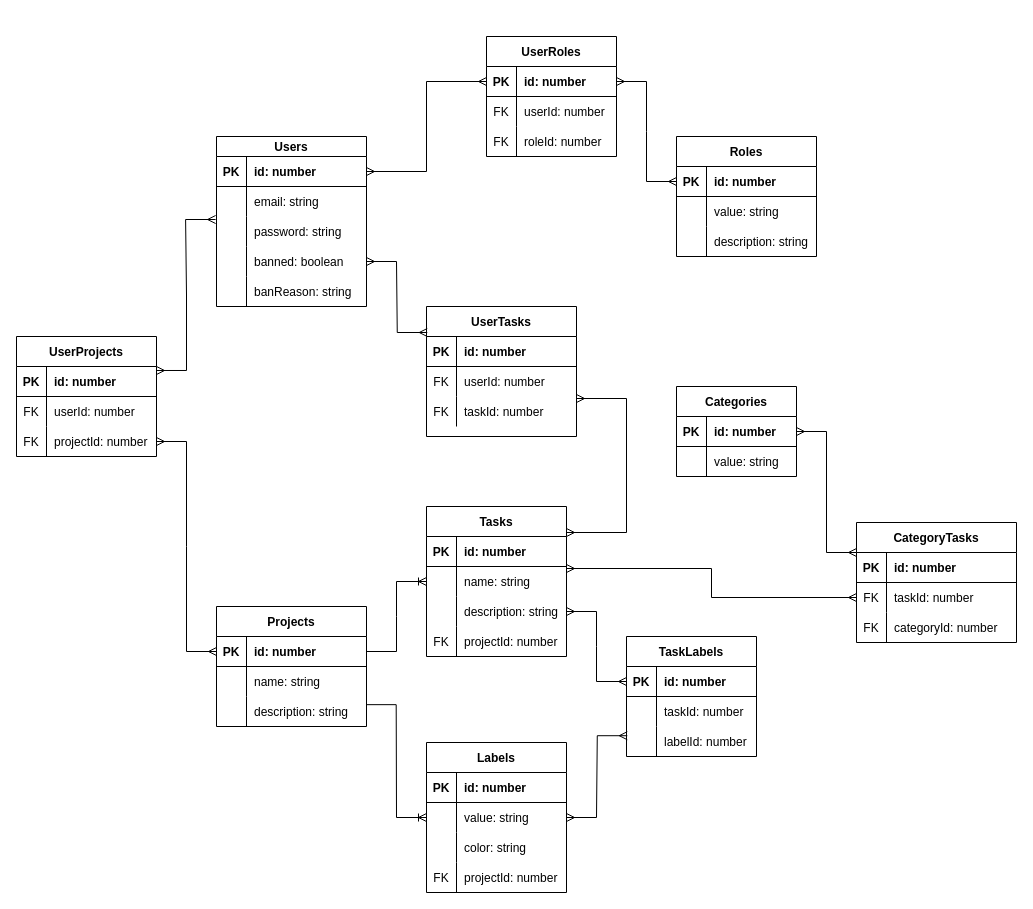
Before: docs/DatabaseSchema.drawio in kurockett/stoei-course-project, a draw.io diagram. Source tidied: cells renumbered, new cells numbered last; positions are measured from the earlier drawing's top-left corner, leaving out a move shared by most shapes. Both pictures are drawn from the tidied source at 100%, with x=0, y=0 at pixel (16, 36).
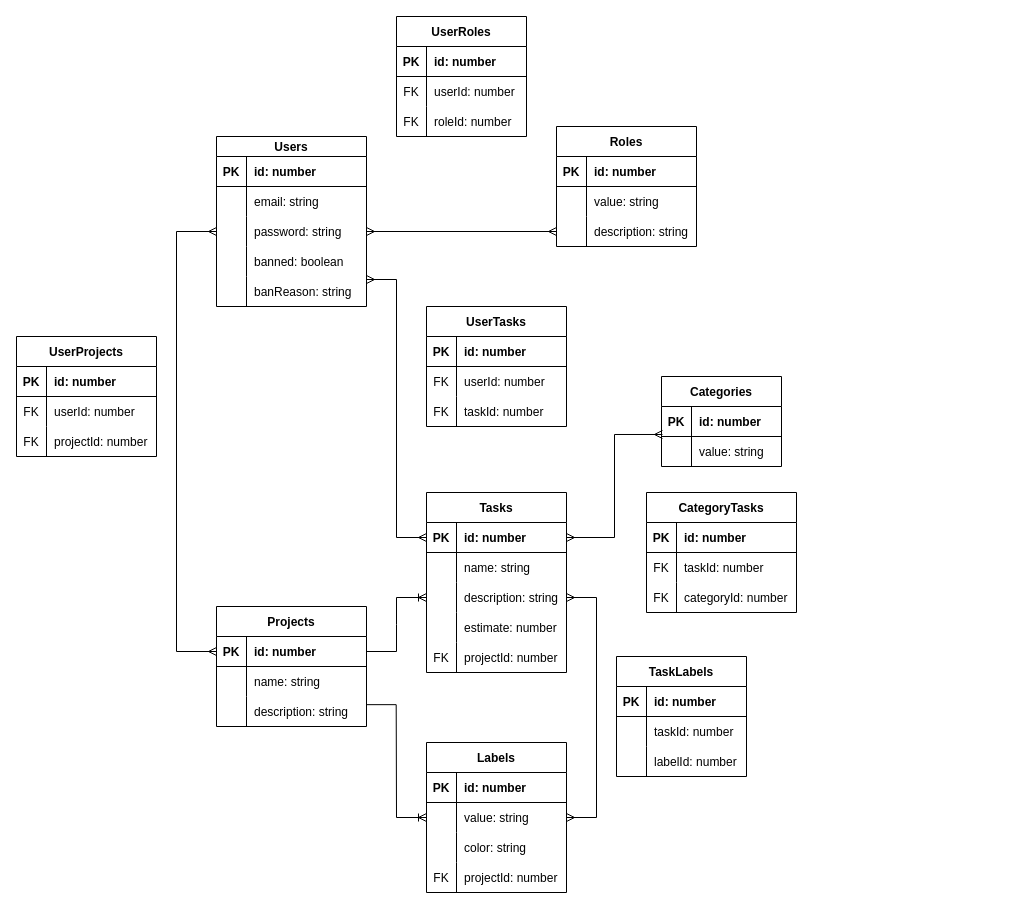
The same page after the edit.

The change refers to these unchanged cells:
```xml
<mxCell id="3" style="shape=partialRectangle;fillColor=none;top=0;left=0;bottom=1;right=0;points=[[0,0.5],[1,0.5]];portConstraint=eastwest;fontStyle=0;" parent="2" vertex="1">
  <mxGeometry y="20" width="150" height="30" as="geometry" />
</mxCell>
<mxCell id="9" style="shape=partialRectangle;fillColor=none;top=0;left=0;bottom=0;right=0;points=[[0,0.5],[1,0.5]];portConstraint=eastwest;fontStyle=0;" parent="2" vertex="1">
  <mxGeometry y="80" width="150" height="30" as="geometry" />
</mxCell>
<mxCell id="12" style="shape=partialRectangle;fillColor=none;top=0;left=0;bottom=0;right=0;points=[[0,0.5],[1,0.5]];portConstraint=eastwest;fontStyle=0;" parent="2" vertex="1">
  <mxGeometry y="110" width="150" height="30" as="geometry" />
</mxCell>
<mxCell id="19" style="shape=partialRectangle;fillColor=none;top=0;left=0;bottom=1;right=0;points=[[0,0.5],[1,0.5]];portConstraint=eastwest;fontStyle=0;" parent="18" vertex="1">
  <mxGeometry y="30" width="140" height="30" as="geometry" />
</mxCell>
<mxCell id="25" style="shape=partialRectangle;fillColor=none;top=0;left=0;bottom=0;right=0;points=[[0,0.5],[1,0.5]];portConstraint=eastwest;fontStyle=0;" parent="18" vertex="1">
  <mxGeometry y="90" width="140" height="30" as="geometry" />
</mxCell>
<mxCell id="29" style="shape=partialRectangle;fillColor=none;top=0;left=0;bottom=1;right=0;points=[[0,0.5],[1,0.5]];portConstraint=eastwest;fontStyle=0;" parent="28" vertex="1">
  <mxGeometry y="30" width="130" height="30" as="geometry" />
</mxCell>
<mxCell id="41" style="shape=partialRectangle;fillColor=none;top=0;left=0;bottom=1;right=0;points=[[0,0.5],[1,0.5]];portConstraint=eastwest;fontStyle=0;" parent="40" vertex="1">
  <mxGeometry y="30" width="150" height="30" as="geometry" />
</mxCell>
<mxCell id="51" style="shape=partialRectangle;fillColor=none;top=0;left=0;bottom=1;right=0;points=[[0,0.5],[1,0.5]];portConstraint=eastwest;fontStyle=0;" parent="50" vertex="1">
  <mxGeometry y="30" width="140" height="30" as="geometry" />
</mxCell>
<mxCell id="54" style="shape=partialRectangle;fillColor=none;top=0;left=0;bottom=0;right=0;points=[[0,0.5],[1,0.5]];portConstraint=eastwest;fontStyle=0;" parent="50" vertex="1">
  <mxGeometry y="60" width="140" height="30" as="geometry" />
</mxCell>
<mxCell id="57" style="shape=partialRectangle;fillColor=none;top=0;left=0;bottom=0;right=0;points=[[0,0.5],[1,0.5]];portConstraint=eastwest;fontStyle=0;" parent="50" vertex="1">
  <mxGeometry y="90" width="140" height="30" as="geometry" />
</mxCell>
<mxCell id="64" style="shape=partialRectangle;fillColor=none;top=0;left=0;bottom=1;right=0;points=[[0,0.5],[1,0.5]];portConstraint=eastwest;fontStyle=0;" parent="63" vertex="1">
  <mxGeometry y="30" width="140" height="30" as="geometry" />
</mxCell>
<mxCell id="70" style="shape=partialRectangle;fillColor=none;top=0;left=0;bottom=0;right=0;points=[[0,0.5],[1,0.5]];portConstraint=eastwest;fontStyle=0;" parent="63" vertex="1">
  <mxGeometry y="90" width="140" height="30" as="geometry" />
</mxCell>
<mxCell id="79" style="shape=partialRectangle;fillColor=none;top=0;left=0;bottom=0;right=0;points=[[0,0.5],[1,0.5]];portConstraint=eastwest;fontStyle=0;" parent="75" vertex="1">
  <mxGeometry y="60" width="140" height="30" as="geometry" />
</mxCell>
<mxCell id="91" style="shape=partialRectangle;fillColor=none;top=0;left=0;bottom=1;right=0;points=[[0,0.5],[1,0.5]];portConstraint=eastwest;fontStyle=0;" parent="90" vertex="1">
  <mxGeometry y="30" width="130" height="30" as="geometry" />
</mxCell>
<mxCell id="97" style="shape=partialRectangle;fillColor=none;top=0;left=0;bottom=0;right=0;points=[[0,0.5],[1,0.5]];portConstraint=eastwest;fontStyle=0;" parent="90" vertex="1">
  <mxGeometry y="90" width="130" height="30" as="geometry" />
</mxCell>
<mxCell id="115" style="shape=partialRectangle;fillColor=none;top=0;left=0;bottom=1;right=0;points=[[0,0.5],[1,0.5]];portConstraint=eastwest;fontStyle=0;" parent="114" vertex="1">
  <mxGeometry y="30" width="120" height="30" as="geometry" />
</mxCell>
<mxCell id="118" style="shape=partialRectangle;fillColor=none;top=0;left=0;bottom=0;right=0;points=[[0,0.5],[1,0.5]];portConstraint=eastwest;fontStyle=0;" parent="114" vertex="1">
  <mxGeometry y="60" width="120" height="30" as="geometry" />
</mxCell>
```

The edit, as a diff of the source:
```diff
@@
     <mxCell id="18" value="Roles" style="shape=table;startSize=30;childLayout=tableLayout;rowLines=0;fontStyle=1;align=center;" parent="1" vertex="1">
-      <mxGeometry x="660" y="100" width="140" height="120" as="geometry" />
+      <mxGeometry x="540" y="90" width="140" height="120" as="geometry" />
     </mxCell>
@@
     <mxCell id="28" value="UserRoles" style="shape=table;startSize=30;childLayout=tableLayout;rowLines=0;fontStyle=1;align=center;" parent="1" vertex="1">
-      <mxGeometry x="470" width="130" height="120" as="geometry" />
+      <mxGeometry x="380" y="-20" width="130" height="120" as="geometry" />
     </mxCell>
@@
-    <mxCell id="38" style="edgeStyle=entityRelationEdgeStyle;fontSize=12;html=1;endArrow=ERmany;startArrow=ERmany;rounded=0;entryX=0;entryY=0.5;entryDx=0;entryDy=0;fontStyle=0;exitX=1;exitY=0.5;exitDx=0;exitDy=0;" parent="1" edge="1" source="29" target="19">
-      <mxGeometry relative="1" as="geometry" />
-    </mxCell>
-    <mxCell id="39" style="edgeStyle=elbowEdgeStyle;fontSize=12;html=1;endArrow=ERmany;startArrow=ERmany;rounded=0;verticalAlign=top;exitX=1;exitY=0.5;exitDx=0;exitDy=0;fontStyle=0;entryX=0;entryY=0.5;entryDx=0;entryDy=0;" parent="1" edge="1" source="3" target="29">
-      <mxGeometry relative="1" as="geometry" />
-    </mxCell>
@@
     <mxCell id="50" value="Tasks" style="shape=table;startSize=30;childLayout=tableLayout;rowLines=0;fontStyle=1;align=center;" parent="1" vertex="1">
-      <mxGeometry x="410" y="470" width="140" height="150" as="geometry" />
+      <mxGeometry x="410" y="456" width="140" height="180" as="geometry" />
     </mxCell>
@@
+    <mxCell id="133" style="shape=partialRectangle;fillColor=none;top=0;left=0;bottom=0;right=0;fontStyle=0;" parent="50" vertex="1">
+      <mxGeometry y="120" width="140" height="30" as="geometry" />
+    </mxCell>
+    <mxCell id="134" style="shape=partialRectangle;fillColor=none;top=0;left=0;bottom=0;right=0;overflow=hidden;fontStyle=0;" parent="133" vertex="1">
+      <mxGeometry width="30" height="30" as="geometry" />
+    </mxCell>
+    <mxCell id="135" value="estimate: number" style="shape=partialRectangle;fillColor=none;top=0;left=0;bottom=0;right=0;align=left;spacingLeft=6;overflow=hidden;fontStyle=0;" parent="133" vertex="1">
+      <mxGeometry x="30" width="110" height="30" as="geometry" />
+    </mxCell>
     <mxCell id="60" style="shape=partialRectangle;fillColor=none;top=0;left=0;bottom=0;right=0;fontStyle=0;" parent="50" vertex="1">
-      <mxGeometry y="120" width="140" height="30" as="geometry" />
+      <mxGeometry y="150" width="140" height="30" as="geometry" />
     </mxCell>
@@
-    <mxCell id="73" style="edgeStyle=entityRelationEdgeStyle;fontSize=12;html=1;endArrow=ERmany;startArrow=ERmany;rounded=0;exitX=1;exitY=0.5;exitDx=0;exitDy=0;entryX=0;entryY=0.5;entryDx=0;entryDy=0;fontStyle=0;" parent="1" edge="1" source="70" target="41">
-      <mxGeometry relative="1" as="geometry" />
+    <mxCell id="73" style="edgeStyle=elbowEdgeStyle;fontSize=12;html=1;endArrow=ERmany;startArrow=ERmany;rounded=0;exitX=0;exitY=0.5;exitDx=0;exitDy=0;entryX=0;entryY=0.5;entryDx=0;entryDy=0;fontStyle=0;" parent="1" edge="1" source="9" target="41">
+      <mxGeometry relative="1" as="geometry">
+        <Array as="points">
+          <mxPoint x="160" y="405" />
+        </Array>
+      </mxGeometry>
     </mxCell>
-    <mxCell id="74" style="edgeStyle=entityRelationEdgeStyle;fontSize=12;html=1;endArrow=ERmany;startArrow=ERmany;rounded=0;entryX=-0.006;entryY=0.1;entryDx=0;entryDy=0;entryPerimeter=0;exitX=1;exitY=0.133;exitDx=0;exitDy=0;exitPerimeter=0;fontStyle=0;" parent="1" edge="1" source="64" target="9">
-      <mxGeometry relative="1" as="geometry" />
-    </mxCell>
@@
-    <mxCell id="89" style="edgeStyle=entityRelationEdgeStyle;fontSize=12;html=1;endArrow=ERoneToMany;rounded=0;strokeWidth=1;exitX=1;exitY=0.5;exitDx=0;exitDy=0;fontStyle=0;" parent="1" edge="1" source="41" target="54">
+    <mxCell id="89" style="edgeStyle=entityRelationEdgeStyle;fontSize=12;html=1;endArrow=ERoneToMany;rounded=0;strokeWidth=1;exitX=1;exitY=0.5;exitDx=0;exitDy=0;fontStyle=0;entryX=0;entryY=0.5;entryDx=0;entryDy=0;" parent="1" edge="1" source="41" target="57">
       <mxGeometry relative="1" as="geometry" />
     </mxCell>
     <mxCell id="90" value="TaskLabels" style="shape=table;startSize=30;childLayout=tableLayout;rowLines=0;fontStyle=1;align=center;" parent="1" vertex="1">
-      <mxGeometry x="610" y="600" width="130" height="120" as="geometry" />
+      <mxGeometry x="600" y="620" width="130" height="120" as="geometry" />
     </mxCell>
@@
-    <mxCell id="100" style="edgeStyle=entityRelationEdgeStyle;fontSize=12;html=1;endArrow=ERmany;startArrow=ERmany;rounded=0;strokeWidth=1;exitX=1;exitY=0.5;exitDx=0;exitDy=0;fontStyle=0;" parent="1" edge="1" source="57" target="91">
-      <mxGeometry relative="1" as="geometry" />
-    </mxCell>
-    <mxCell id="101" style="edgeStyle=entityRelationEdgeStyle;fontSize=12;html=1;endArrow=ERmany;startArrow=ERmany;rounded=0;strokeWidth=1;entryX=0.006;entryY=0.307;entryDx=0;entryDy=0;fontStyle=0;entryPerimeter=0;" parent="1" edge="1" source="79" target="97">
-      <mxGeometry relative="1" as="geometry" />
-    </mxCell>
     <mxCell id="102" value="UserTasks" style="shape=table;startSize=30;childLayout=tableLayout;rowLines=0;fontStyle=1;align=center;" parent="1" vertex="1">
-      <mxGeometry x="410" y="270" width="150" height="130" as="geometry" />
+      <mxGeometry x="410" y="270" width="140" height="120" as="geometry" />
     </mxCell>
     <mxCell id="103" style="shape=partialRectangle;fillColor=none;top=0;left=0;bottom=1;right=0;fontStyle=0;" parent="102" vertex="1">
-      <mxGeometry y="30" width="150" height="30" as="geometry" />
+      <mxGeometry y="30" width="140" height="30" as="geometry" />
     </mxCell>
@@
     <mxCell id="105" value="id: number" style="shape=partialRectangle;fillColor=none;top=0;left=0;bottom=0;right=0;align=left;spacingLeft=6;fontStyle=1;overflow=hidden;" parent="103" vertex="1">
-      <mxGeometry x="30" width="120" height="30" as="geometry" />
+      <mxGeometry x="30" width="110" height="30" as="geometry" />
     </mxCell>
     <mxCell id="106" style="shape=partialRectangle;fillColor=none;top=0;left=0;bottom=0;right=0;fontStyle=0;" parent="102" vertex="1">
-      <mxGeometry y="60" width="150" height="30" as="geometry" />
+      <mxGeometry y="60" width="140" height="30" as="geometry" />
     </mxCell>
@@
     <mxCell id="108" value="userId: number" style="shape=partialRectangle;fillColor=none;top=0;left=0;bottom=0;right=0;align=left;spacingLeft=6;overflow=hidden;fontStyle=0;" parent="106" vertex="1">
-      <mxGeometry x="30" width="120" height="30" as="geometry" />
+      <mxGeometry x="30" width="110" height="30" as="geometry" />
     </mxCell>
     <mxCell id="109" style="shape=partialRectangle;fillColor=none;top=0;left=0;bottom=0;right=0;fontStyle=0;" parent="102" vertex="1">
-      <mxGeometry y="90" width="150" height="30" as="geometry" />
+      <mxGeometry y="90" width="140" height="30" as="geometry" />
     </mxCell>
@@
     <mxCell id="111" value="taskId: number" style="shape=partialRectangle;fillColor=none;top=0;left=0;bottom=0;right=0;align=left;spacingLeft=6;overflow=hidden;fontStyle=0;" parent="109" vertex="1">
-      <mxGeometry x="30" width="120" height="30" as="geometry" />
+      <mxGeometry x="30" width="110" height="30" as="geometry" />
     </mxCell>
-    <mxCell id="112" style="edgeStyle=entityRelationEdgeStyle;fontSize=12;html=1;endArrow=ERmany;startArrow=ERmany;rounded=0;strokeWidth=1;exitX=1;exitY=0.5;exitDx=0;exitDy=0;entryX=0.005;entryY=0.2;entryDx=0;entryDy=0;verticalAlign=middle;endSize=6;jumpSize=0;targetPerimeterSpacing=0;entryPerimeter=0;jumpStyle=none;shadow=0;fontStyle=0;" parent="1" edge="1" source="12" target="102">
-      <mxGeometry relative="1" as="geometry" />
-    </mxCell>
-    <mxCell id="113" style="edgeStyle=elbowEdgeStyle;fontSize=12;html=1;endArrow=ERmany;startArrow=ERmany;rounded=0;shadow=0;endSize=6;targetPerimeterSpacing=0;strokeWidth=1;verticalAlign=middle;jumpStyle=none;jumpSize=0;fontStyle=0;" parent="1" edge="1">
-      <mxGeometry relative="1" as="geometry">
-        <mxPoint x="550" y="496" as="sourcePoint" />
-        <mxPoint x="560" y="362" as="targetPoint" />
-        <Array as="points">
-          <mxPoint x="610" y="450" />
-        </Array>
-      </mxGeometry>
-    </mxCell>
     <mxCell id="114" value="Categories" style="shape=table;startSize=30;childLayout=tableLayout;rowLines=0;fontStyle=1;align=center;" parent="1" vertex="1">
-      <mxGeometry x="660" y="350" width="120" height="90" as="geometry" />
+      <mxGeometry x="645" y="340" width="120" height="90" as="geometry" />
     </mxCell>
@@
     <mxCell id="121" value="CategoryTasks" style="shape=table;startSize=30;childLayout=tableLayout;rowLines=0;fontStyle=1;align=center;" parent="1" vertex="1">
-      <mxGeometry x="840" y="486" width="160" height="120" as="geometry" />
+      <mxGeometry x="630" y="456" width="150" height="120" as="geometry" />
     </mxCell>
     <mxCell id="122" style="shape=partialRectangle;fillColor=none;top=0;left=0;bottom=1;right=0;fontStyle=0;" parent="121" vertex="1">
-      <mxGeometry y="30" width="160" height="30" as="geometry" />
+      <mxGeometry y="30" width="150" height="30" as="geometry" />
     </mxCell>
@@
     <mxCell id="124" value="id: number" style="shape=partialRectangle;fillColor=none;top=0;left=0;bottom=0;right=0;align=left;spacingLeft=6;fontStyle=1;overflow=hidden;" parent="122" vertex="1">
-      <mxGeometry x="30" width="130" height="30" as="geometry" />
+      <mxGeometry x="30" width="120" height="30" as="geometry" />
     </mxCell>
     <mxCell id="125" style="shape=partialRectangle;fillColor=none;top=0;left=0;bottom=0;right=0;points=[[0,0.5],[1,0.5]];portConstraint=eastwest;fontStyle=0;" parent="121" vertex="1">
-      <mxGeometry y="60" width="160" height="30" as="geometry" />
+      <mxGeometry y="60" width="150" height="30" as="geometry" />
     </mxCell>
@@
     <mxCell id="127" value="taskId: number" style="shape=partialRectangle;fillColor=none;top=0;left=0;bottom=0;right=0;align=left;spacingLeft=6;overflow=hidden;fontStyle=0;" parent="125" vertex="1">
-      <mxGeometry x="30" width="130" height="30" as="geometry" />
+      <mxGeometry x="30" width="120" height="30" as="geometry" />
     </mxCell>
     <mxCell id="128" style="shape=partialRectangle;fillColor=none;top=0;left=0;bottom=0;right=0;fontStyle=0;" parent="121" vertex="1">
-      <mxGeometry y="90" width="160" height="30" as="geometry" />
+      <mxGeometry y="90" width="150" height="30" as="geometry" />
     </mxCell>
@@
     <mxCell id="130" value="categoryId: number" style="shape=partialRectangle;fillColor=none;top=0;left=0;bottom=0;right=0;align=left;spacingLeft=6;overflow=hidden;fontStyle=0;" parent="128" vertex="1">
-      <mxGeometry x="30" width="130" height="30" as="geometry" />
+      <mxGeometry x="30" width="120" height="30" as="geometry" />
     </mxCell>
-    <mxCell id="131" style="edgeStyle=elbowEdgeStyle;fontSize=12;html=1;endArrow=ERmany;startArrow=ERmany;rounded=0;shadow=0;endSize=6;targetPerimeterSpacing=0;strokeWidth=1;verticalAlign=middle;jumpStyle=none;jumpSize=0;fontStyle=0;" parent="1" edge="1" target="125">
-      <mxGeometry relative="1" as="geometry">
-        <mxPoint x="550" y="532" as="sourcePoint" />
-      </mxGeometry>
-    </mxCell>
-    <mxCell id="132" style="edgeStyle=elbowEdgeStyle;fontSize=12;html=1;endArrow=ERmany;startArrow=ERmany;rounded=0;shadow=0;endSize=6;targetPerimeterSpacing=0;strokeWidth=1;verticalAlign=middle;jumpStyle=none;jumpSize=0;entryX=0;entryY=0.25;entryDx=0;entryDy=0;exitX=1;exitY=0.5;exitDx=0;exitDy=0;fontStyle=0;" parent="1" edge="1" source="115" target="121">
-      <mxGeometry relative="1" as="geometry" />
-    </mxCell>
+    <mxCell id="136" style="edgeStyle=elbowEdgeStyle;fontSize=12;html=1;endArrow=ERmany;startArrow=ERmany;rounded=0;" parent="1" edge="1" source="51">
+      <mxGeometry relative="1" as="geometry">
+        <mxPoint x="350" y="243" as="targetPoint" />
+      </mxGeometry>
+    </mxCell>
+    <mxCell id="137" style="edgeStyle=elbowEdgeStyle;fontSize=12;html=1;endArrow=ERmany;startArrow=ERmany;rounded=0;exitX=1;exitY=0.5;exitDx=0;exitDy=0;entryX=1;entryY=0.5;entryDx=0;entryDy=0;" parent="1" edge="1" source="79" target="57">
+      <mxGeometry relative="1" as="geometry">
+        <Array as="points">
+          <mxPoint x="580" y="671" />
+        </Array>
+      </mxGeometry>
+    </mxCell>
+    <mxCell id="138" style="edgeStyle=elbowEdgeStyle;fontSize=12;html=1;endArrow=ERmany;startArrow=ERmany;rounded=0;entryX=0.008;entryY=-0.067;entryDx=0;entryDy=0;entryPerimeter=0;exitX=1;exitY=0.5;exitDx=0;exitDy=0;" parent="1" edge="1" source="51" target="118">
+      <mxGeometry relative="1" as="geometry" />
+    </mxCell>
+    <mxCell id="139" style="fontSize=12;html=1;endArrow=ERmany;startArrow=ERmany;rounded=0;exitX=1;exitY=0.5;exitDx=0;exitDy=0;entryX=0;entryY=0.5;entryDx=0;entryDy=0;" parent="1" edge="1" source="9" target="25">
+      <mxGeometry relative="1" as="geometry" />
+    </mxCell>
```
